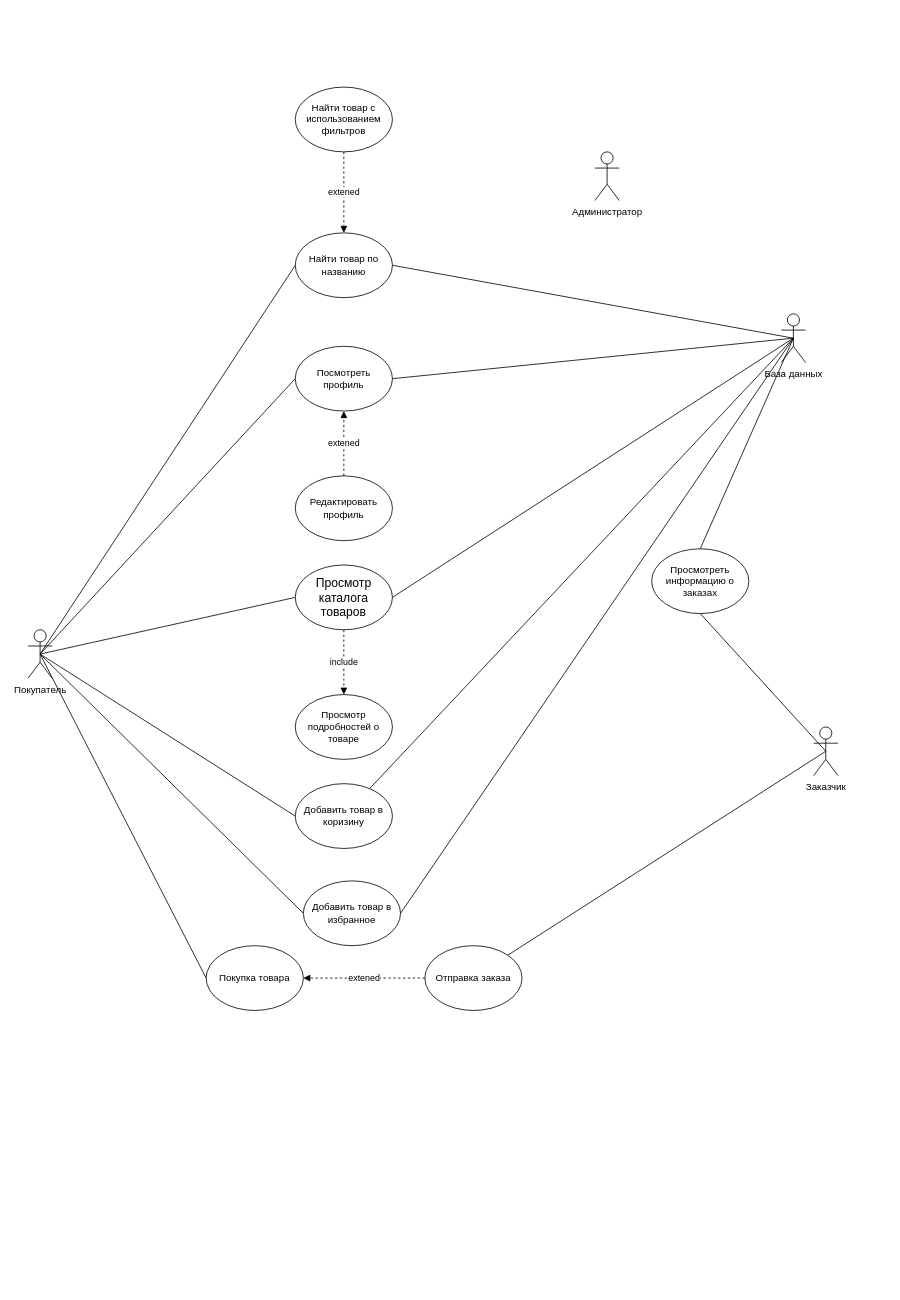
Above: UseCaseDiagram.drawio in ConstructingSoftware/Labs (draw.io), before the change. Source tidied: cells renumbered, new cells numbered last; positions are measured from the earlier drawing's top-left corner, leaving out a move shared by most shapes. Both pictures are drawn from the tidied source at 81%, with x=0, y=0 at pixel (28, 87).
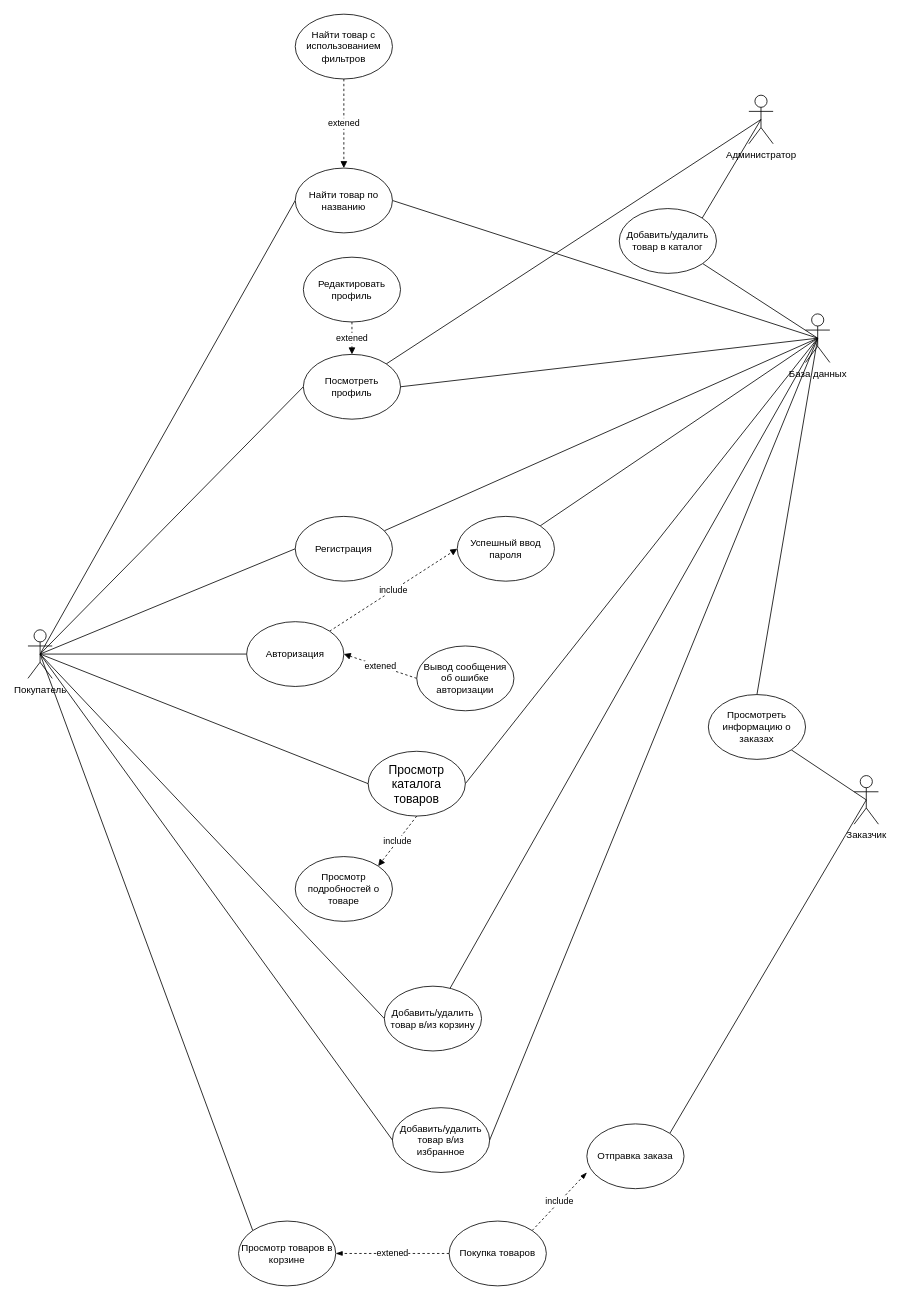
The same page after the edit.

The change refers to these unchanged cells:
```xml
<mxCell id="8" value="Покупатель" style="shape=umlActor;verticalLabelPosition=bottom;verticalAlign=top;html=1;outlineConnect=0;" parent="1" vertex="1">
  <mxGeometry y="670" width="30" height="60" as="geometry" />
</mxCell>
```

Diff of the diagram source:
```diff
@@
-    <mxCell id="7" style="edgeStyle=none;rounded=0;jettySize=auto;html=1;exitX=0.5;exitY=0.5;exitDx=0;exitDy=0;exitPerimeter=0;entryX=0;entryY=0.5;entryDx=0;entryDy=0;endArrow=none;endFill=0;" parent="1" edge="1" source="8" target="27">
-      <mxGeometry relative="1" as="geometry" />
-    </mxCell>
+    <mxCell id="36" style="edgeStyle=none;rounded=0;jettySize=auto;html=1;exitX=0.5;exitY=0.5;exitDx=0;exitDy=0;exitPerimeter=0;entryX=0;entryY=0.5;entryDx=0;entryDy=0;endArrow=none;endFill=0;" parent="1" edge="1" source="8" target="43">
+      <mxGeometry relative="1" as="geometry" />
+    </mxCell>
+    <mxCell id="37" style="edgeStyle=none;rounded=0;jettySize=auto;html=1;exitX=0.5;exitY=0.5;exitDx=0;exitDy=0;exitPerimeter=0;entryX=0;entryY=0.5;entryDx=0;entryDy=0;endArrow=none;endFill=0;" parent="1" edge="1" source="8" target="45">
+      <mxGeometry relative="1" as="geometry" />
+    </mxCell>
+    <mxCell id="38" style="edgeStyle=none;rounded=0;jettySize=auto;html=1;exitX=0.5;exitY=0.5;exitDx=0;exitDy=0;exitPerimeter=0;entryX=0;entryY=0;entryDx=0;entryDy=0;endArrow=none;endFill=0;" parent="1" edge="1" source="8" target="49">
+      <mxGeometry relative="1" as="geometry" />
+    </mxCell>
@@
     <mxCell id="9" value="Посмотреть профиль" style="ellipse;whiteSpace=wrap;html=1;" parent="1" vertex="1">
-      <mxGeometry x="330" y="320" width="120" height="80" as="geometry" />
+      <mxGeometry x="340" y="330" width="120" height="80" as="geometry" />
     </mxCell>
@@
+    <mxCell id="39" style="rounded=0;jettySize=auto;html=1;exitX=0.5;exitY=0.5;exitDx=0;exitDy=0;exitPerimeter=0;endArrow=none;endFill=0;" parent="1" edge="1" source="14" target="43">
+      <mxGeometry relative="1" as="geometry" />
+    </mxCell>
+    <mxCell id="40" style="edgeStyle=none;rounded=0;jettySize=auto;html=1;exitX=0.5;exitY=0.5;exitDx=0;exitDy=0;exitPerimeter=0;startArrow=none;startFill=0;endArrow=none;endFill=0;" parent="1" edge="1" source="14" target="53">
+      <mxGeometry relative="1" as="geometry" />
+    </mxCell>
     <mxCell id="14" value="База данных" style="shape=umlActor;verticalLabelPosition=bottom;verticalAlign=top;html=1;outlineConnect=0;" parent="1" vertex="1">
-      <mxGeometry x="930" y="280" width="30" height="60" as="geometry" />
+      <mxGeometry x="960" y="280" width="30" height="60" as="geometry" />
     </mxCell>
+    <mxCell id="41" style="rounded=0;jettySize=auto;html=1;exitX=0.5;exitY=0.5;exitDx=0;exitDy=0;exitPerimeter=0;entryX=1;entryY=0;entryDx=0;entryDy=0;endArrow=none;endFill=0;startArrow=none;startFill=0;" parent="1" edge="1" source="15" target="9">
+      <mxGeometry relative="1" as="geometry" />
+    </mxCell>
+    <mxCell id="42" style="edgeStyle=none;rounded=0;jettySize=auto;html=1;exitX=0.5;exitY=0.5;exitDx=0;exitDy=0;exitPerimeter=0;entryX=1;entryY=0;entryDx=0;entryDy=0;startArrow=none;startFill=0;endArrow=none;endFill=0;" parent="1" edge="1" source="15" target="53">
+      <mxGeometry relative="1" as="geometry" />
+    </mxCell>
     <mxCell id="15" value="Администратор" style="shape=umlActor;verticalLabelPosition=bottom;verticalAlign=top;html=1;outlineConnect=0;" parent="1" vertex="1">
-      <mxGeometry x="700" y="80" width="30" height="60" as="geometry" />
+      <mxGeometry x="890" y="10" width="30" height="60" as="geometry" />
     </mxCell>
-    <mxCell id="16" value="include" style="edgeStyle=none;rounded=0;jettySize=auto;html=1;exitX=0.5;exitY=1;exitDx=0;exitDy=0;entryX=0.5;entryY=0;entryDx=0;entryDy=0;dashed=1;endArrow=block;endFill=1;" parent="1" edge="1" source="17" target="35">
+    <mxCell id="16" value="include" style="edgeStyle=none;rounded=0;jettySize=auto;html=1;exitX=0.5;exitY=1;exitDx=0;exitDy=0;entryX=1;entryY=0;entryDx=0;entryDy=0;dashed=1;endArrow=block;endFill=1;" parent="1" edge="1" source="17" target="35">
       <mxGeometry relative="1" as="geometry" />
     </mxCell>
     <mxCell id="17" value="&lt;span style=&quot;font-family: &amp;quot;YS Text&amp;quot;; font-size: 15px; text-align: left; background-color: rgb(255, 255, 255);&quot;&gt;Просмотр каталога товаров&lt;/span&gt;" style="ellipse;whiteSpace=wrap;html=1;" parent="1" vertex="1">
-      <mxGeometry x="330" y="590" width="120" height="80" as="geometry" />
+      <mxGeometry x="420" y="820" width="120" height="80" as="geometry" />
     </mxCell>
@@
     <mxCell id="19" value="Найти товар по названию" style="ellipse;whiteSpace=wrap;html=1;" parent="1" vertex="1">
-      <mxGeometry x="330" y="180" width="120" height="80" as="geometry" />
+      <mxGeometry x="330" y="100" width="120" height="80" as="geometry" />
     </mxCell>
-    <mxCell id="20" style="edgeStyle=none;rounded=0;jettySize=auto;html=1;exitX=0.5;exitY=0.5;exitDx=0;exitDy=0;exitPerimeter=0;entryX=0.5;entryY=1;entryDx=0;entryDy=0;endArrow=none;endFill=0;" parent="1" edge="1" source="22" target="24">
+    <mxCell id="20" style="edgeStyle=none;rounded=0;jettySize=auto;html=1;exitX=0.5;exitY=0.5;exitDx=0;exitDy=0;exitPerimeter=0;entryX=1;entryY=1;entryDx=0;entryDy=0;endArrow=none;endFill=0;" parent="1" edge="1" source="22" target="24">
       <mxGeometry relative="1" as="geometry" />
     </mxCell>
@@
     <mxCell id="22" value="Заказчик" style="shape=umlActor;verticalLabelPosition=bottom;verticalAlign=top;html=1;outlineConnect=0;" parent="1" vertex="1">
-      <mxGeometry x="970" y="790" width="30" height="60" as="geometry" />
+      <mxGeometry x="1020" y="850" width="30" height="60" as="geometry" />
     </mxCell>
-    <mxCell id="23" value="Добавить товар в коризину" style="ellipse;whiteSpace=wrap;html=1;" parent="1" vertex="1">
-      <mxGeometry x="330" y="860" width="120" height="80" as="geometry" />
+    <mxCell id="23" value="Добавить/удалить товар в/из корзину" style="ellipse;whiteSpace=wrap;html=1;" parent="1" vertex="1">
+      <mxGeometry x="440" y="1110" width="120" height="80" as="geometry" />
     </mxCell>
     <mxCell id="24" value="Просмотреть информацию о заказах" style="ellipse;whiteSpace=wrap;html=1;" parent="1" vertex="1">
-      <mxGeometry x="770" y="570" width="120" height="80" as="geometry" />
+      <mxGeometry x="840" y="750" width="120" height="80" as="geometry" />
     </mxCell>
@@
-    <mxCell id="26" value="Добавить товар в избранное" style="ellipse;whiteSpace=wrap;html=1;" parent="1" vertex="1">
-      <mxGeometry x="340" y="980" width="120" height="80" as="geometry" />
+    <mxCell id="26" value="Добавить/удалить товар в/из избранное" style="ellipse;whiteSpace=wrap;html=1;" parent="1" vertex="1">
+      <mxGeometry x="450" y="1260" width="120" height="80" as="geometry" />
     </mxCell>
-    <mxCell id="27" value="Покупка товара" style="ellipse;whiteSpace=wrap;html=1;" parent="1" vertex="1">
-      <mxGeometry x="220" y="1060" width="120" height="80" as="geometry" />
-    </mxCell>
-    <mxCell id="28" style="edgeStyle=none;rounded=0;orthogonalLoop=1;jettySize=auto;html=1;exitX=0.5;exitY=1;exitDx=0;exitDy=0;endArrow=none;endFill=0;" parent="1" edge="1" source="27" target="27">
-      <mxGeometry relative="1" as="geometry" />
+    <mxCell id="28" style="edgeStyle=none;rounded=0;orthogonalLoop=1;jettySize=auto;html=1;exitX=0.5;exitY=1;exitDx=0;exitDy=0;endArrow=none;endFill=0;" parent="1" edge="1">
+      <mxGeometry relative="1" as="geometry">
+        <mxPoint x="270" y="1390" as="sourcePoint" />
+        <mxPoint x="270" y="1390" as="targetPoint" />
+      </mxGeometry>
     </mxCell>
-    <mxCell id="29" value="extened" style="edgeStyle=none;rounded=0;jettySize=auto;html=1;exitX=0;exitY=0.5;exitDx=0;exitDy=0;entryX=1;entryY=0.5;entryDx=0;entryDy=0;endArrow=block;endFill=1;dashed=1;" parent="1" edge="1" source="30" target="27">
-      <mxGeometry relative="1" as="geometry" />
-    </mxCell>
     <mxCell id="30" value="Отправка заказа" style="ellipse;whiteSpace=wrap;html=1;" parent="1" vertex="1">
-      <mxGeometry x="490" y="1060" width="120" height="80" as="geometry" />
+      <mxGeometry x="690" y="1280" width="120" height="80" as="geometry" />
     </mxCell>
@@
     <mxCell id="32" value="Найти товар с использованием фильтров" style="ellipse;whiteSpace=wrap;html=1;" parent="1" vertex="1">
-      <mxGeometry x="330" width="120" height="80" as="geometry" />
+      <mxGeometry x="330" y="-90" width="120" height="80" as="geometry" />
     </mxCell>
-    <mxCell id="33" value="extened" style="edgeStyle=none;rounded=0;jettySize=auto;html=1;exitX=0.5;exitY=0;exitDx=0;exitDy=0;entryX=0.5;entryY=1;entryDx=0;entryDy=0;dashed=1;endArrow=block;endFill=1;" parent="1" edge="1" source="34" target="9">
+    <mxCell id="33" value="extened" style="edgeStyle=none;rounded=0;jettySize=auto;html=1;exitX=0.5;exitY=1;exitDx=0;exitDy=0;entryX=0.5;entryY=0;entryDx=0;entryDy=0;dashed=1;endArrow=block;endFill=1;" parent="1" edge="1" source="34" target="9">
       <mxGeometry relative="1" as="geometry" />
     </mxCell>
     <mxCell id="34" value="Редактировать профиль" style="ellipse;whiteSpace=wrap;html=1;" parent="1" vertex="1">
-      <mxGeometry x="330" y="480" width="120" height="80" as="geometry" />
+      <mxGeometry x="340" y="210" width="120" height="80" as="geometry" />
     </mxCell>
     <mxCell id="35" value="Просмотр подробностей о товаре" style="ellipse;whiteSpace=wrap;html=1;" parent="1" vertex="1">
-      <mxGeometry x="330" y="750" width="120" height="80" as="geometry" />
+      <mxGeometry x="330" y="950" width="120" height="80" as="geometry" />
     </mxCell>
+    <mxCell id="43" value="Регистрация" style="ellipse;whiteSpace=wrap;html=1;" parent="1" vertex="1">
+      <mxGeometry x="330" y="530" width="120" height="80" as="geometry" />
+    </mxCell>
+    <mxCell id="44" value="include" style="edgeStyle=none;rounded=0;jettySize=auto;html=1;exitX=1;exitY=0;exitDx=0;exitDy=0;entryX=0;entryY=0.5;entryDx=0;entryDy=0;dashed=1;endArrow=block;endFill=1;" parent="1" edge="1" source="45" target="48">
+      <mxGeometry relative="1" as="geometry" />
+    </mxCell>
+    <mxCell id="45" value="Авторизация" style="ellipse;whiteSpace=wrap;html=1;" parent="1" vertex="1">
+      <mxGeometry x="270" y="660" width="120" height="80" as="geometry" />
+    </mxCell>
+    <mxCell id="29" value="extened" style="edgeStyle=none;rounded=0;jettySize=auto;html=1;exitX=0;exitY=0.5;exitDx=0;exitDy=0;entryX=1;entryY=0.5;entryDx=0;entryDy=0;endArrow=block;endFill=1;dashed=1;" parent="1" edge="1" source="46" target="45">
+      <mxGeometry relative="1" as="geometry" />
+    </mxCell>
+    <mxCell id="46" value="Вывод сообщения об ошибке авторизации" style="ellipse;whiteSpace=wrap;html=1;" parent="1" vertex="1">
+      <mxGeometry x="480" y="690" width="120" height="80" as="geometry" />
+    </mxCell>
+    <mxCell id="47" style="edgeStyle=none;rounded=0;jettySize=auto;html=1;exitX=1;exitY=0;exitDx=0;exitDy=0;entryX=0.5;entryY=0.5;entryDx=0;entryDy=0;entryPerimeter=0;endArrow=none;endFill=0;" parent="1" edge="1" source="48" target="14">
+      <mxGeometry relative="1" as="geometry" />
+    </mxCell>
+    <mxCell id="48" value="Успешный ввод пароля" style="ellipse;whiteSpace=wrap;html=1;" parent="1" vertex="1">
+      <mxGeometry x="530" y="530" width="120" height="80" as="geometry" />
+    </mxCell>
+    <mxCell id="49" value="Просмотр товаров в корзине" style="ellipse;whiteSpace=wrap;html=1;" parent="1" vertex="1">
+      <mxGeometry x="260" y="1400" width="120" height="80" as="geometry" />
+    </mxCell>
+    <mxCell id="50" value="extened" style="edgeStyle=none;rounded=0;jettySize=auto;html=1;exitX=0;exitY=0.5;exitDx=0;exitDy=0;entryX=1;entryY=0.5;entryDx=0;entryDy=0;endArrow=blockThin;endFill=1;dashed=1;" parent="1" edge="1" source="52" target="49">
+      <mxGeometry relative="1" as="geometry" />
+    </mxCell>
+    <mxCell id="51" value="include" style="edgeStyle=none;rounded=0;jettySize=auto;html=1;exitX=1;exitY=0;exitDx=0;exitDy=0;entryX=0;entryY=0.75;entryDx=0;entryDy=0;entryPerimeter=0;dashed=1;endArrow=blockThin;endFill=1;" parent="1" edge="1" source="52" target="30">
+      <mxGeometry relative="1" as="geometry" />
+    </mxCell>
+    <mxCell id="52" value="Покупка товаров" style="ellipse;whiteSpace=wrap;html=1;" parent="1" vertex="1">
+      <mxGeometry x="520" y="1400" width="120" height="80" as="geometry" />
+    </mxCell>
+    <mxCell id="53" value="Добавить/удалить товар в каталог" style="ellipse;whiteSpace=wrap;html=1;" parent="1" vertex="1">
+      <mxGeometry x="730" y="150" width="120" height="80" as="geometry" />
+    </mxCell>
```
